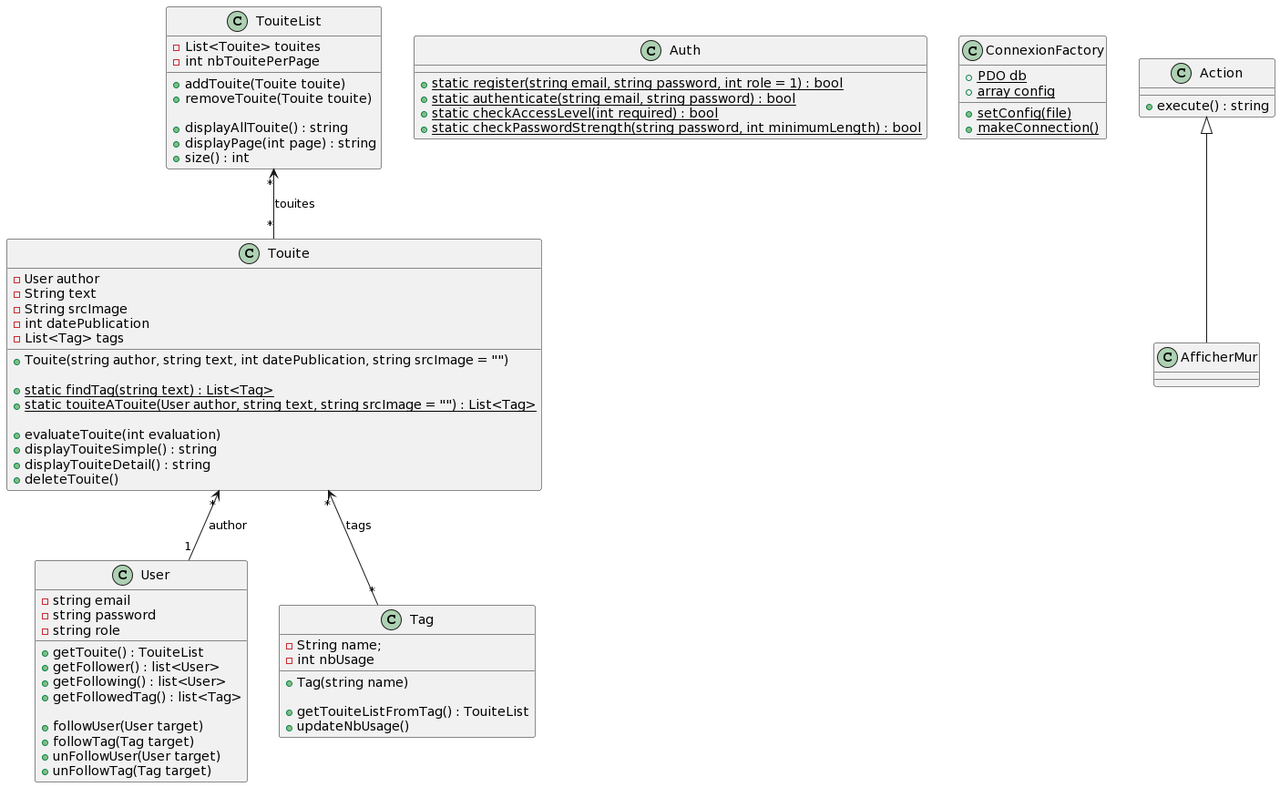
The PlantUML diagram src/ressource/Class_diagram.png in Fiera42/Touiteur, before a commit. Source of this version:
```plantuml
@startuml
class User {
  -string email
  -string password
  -string role

  +getTouite() : TouiteList
  +getFollower() : list<User>
  +getFollowing() : list<User>
  +getFollowedTag() : list<Tag>

  +followUser(User target)
  +followTag(Tag target)
  +unFollowUser(User target)
  +unFollowTag(Tag target)
}

class Touite {
  -User author
  -String text
  -String srcImage
  -int datePublication
  -List<Tag> tags

  +Touite(string author, string text, int datePublication, string srcImage = "")

  +{static}static findTag(string text) : List<Tag>
  +{static}static touiteATouite(User author, string text, string srcImage = "") : List<Tag>

  +evaluateTouite(int evaluation)
  +displayTouiteSimple() : string
  +displayTouiteDetail() : string
  +deleteTouite()
}

Touite "*" <-- "1" User : author
Touite "*" <-- "*" Tag : tags

class Tag {
  -String name;
  -int nbUsage

  +Tag(string name)

  +getTouiteListFromTag() : TouiteList
  +updateNbUsage()
}

class TouiteList {
  -List<Touite> touites
  -int nbTouitePerPage

  +addTouite(Touite touite)
  +removeTouite(Touite touite)

  +displayAllTouite() : string
  +displayPage(int page) : string
  +size() : int
}

TouiteList "*" <-- "*" Touite : touites

class Auth {
  +{static}static register(string email, string password, int role = 1) : bool
  +{static}static authenticate(string email, string password) : bool
  +{static}static checkAccessLevel(int required) : bool
  +{static}static checkPasswordStrength(string password, int minimumLength) : bool
}

class ConnexionFactory {
  +{static} PDO db
  +{static} array config

  +{static} setConfig(file)
  +{static} makeConnection()
}

class Action {
  +execute() : string
}

class AfficherMur extends Action{

}
@enduml
```
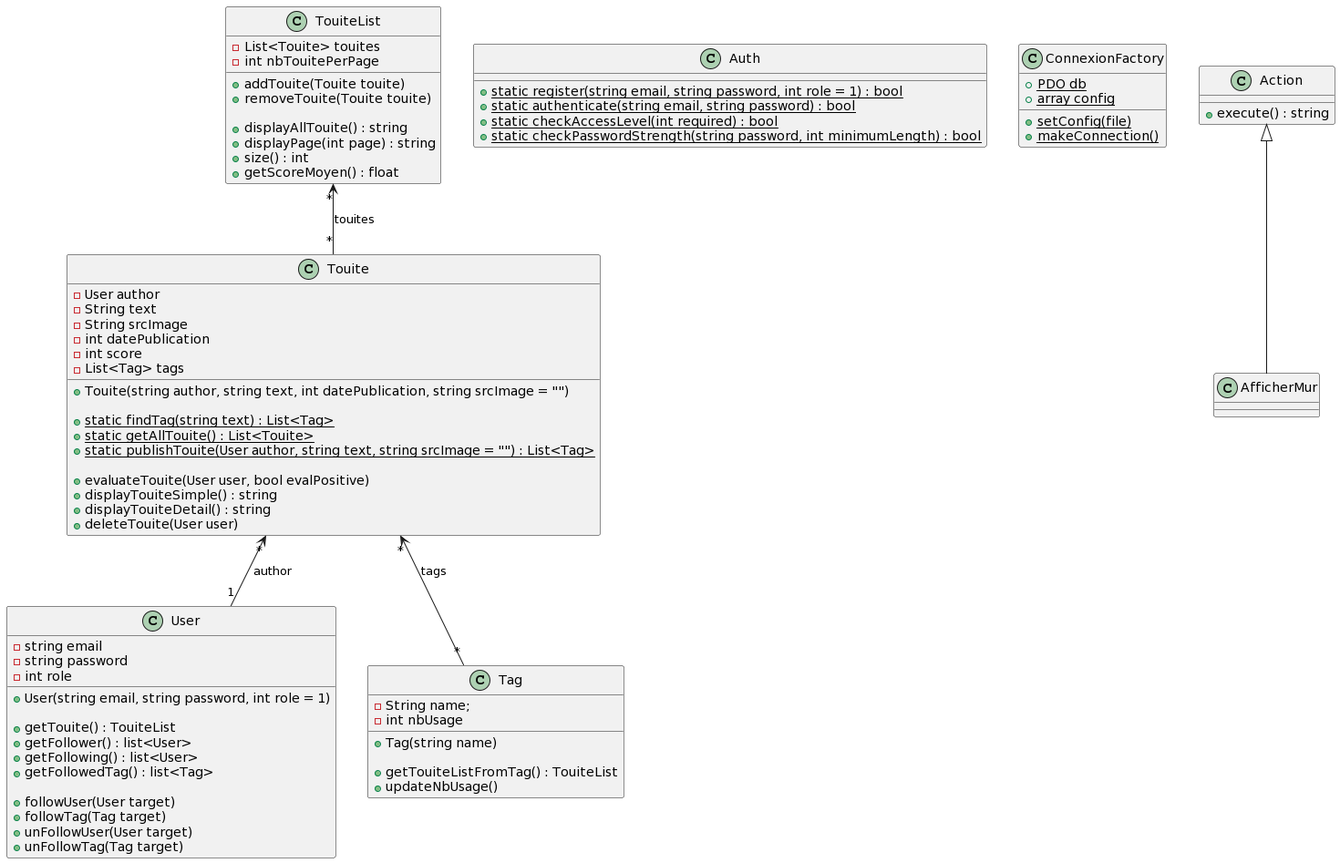
Above is the later version.

Commit message:
diagram refining

The edit, as a diff of the source:
```diff
@@ -2,7 +2,9 @@
 class User {
   -string email
   -string password
-  -string role
+  -int role
+
+  +User(string email, string password, int role = 1)
 
   +getTouite() : TouiteList
   +getFollower() : list<User>
@@ -20,17 +22,19 @@
   -String text
   -String srcImage
   -int datePublication
+  -int score
   -List<Tag> tags
 
   +Touite(string author, string text, int datePublication, string srcImage = "")
 
   +{static}static findTag(string text) : List<Tag>
-  +{static}static touiteATouite(User author, string text, string srcImage = "") : List<Tag>
+  +{static}static getAllTouite() : List<Touite>
+  +{static}static publishTouite(User author, string text, string srcImage = "") : List<Tag>
 
-  +evaluateTouite(int evaluation)
+  +evaluateTouite(User user, bool evalPositive)
   +displayTouiteSimple() : string
   +displayTouiteDetail() : string
-  +deleteTouite()
+  +deleteTouite(User user)
 }
 
 Touite "*" <-- "1" User : author
@@ -56,6 +60,7 @@
   +displayAllTouite() : string
   +displayPage(int page) : string
   +size() : int
+  +getScoreMoyen() : float
 }
 
 TouiteList "*" <-- "*" Touite : touites
```
